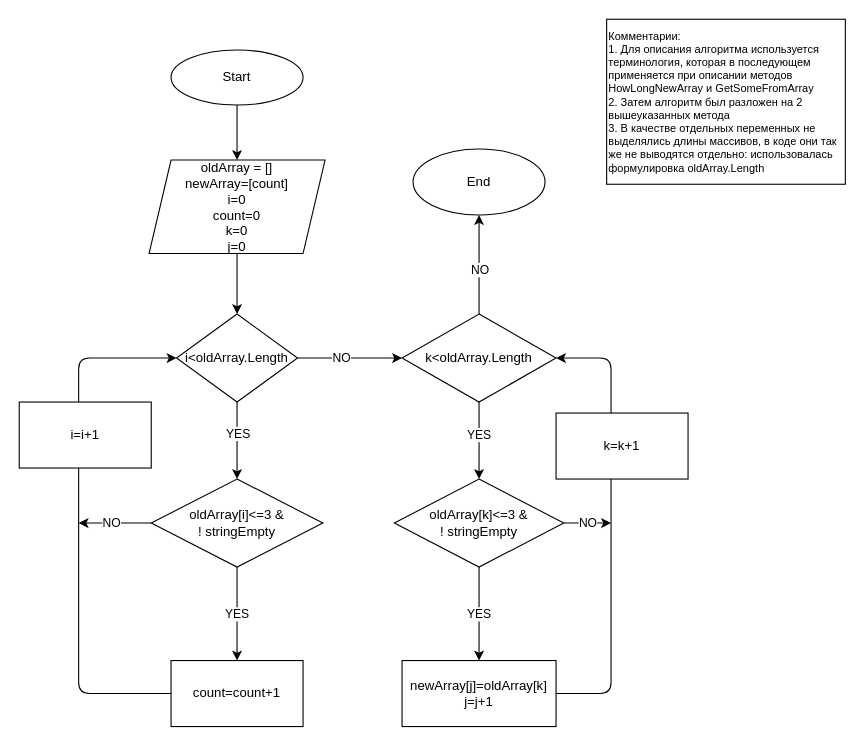
This is Task_algorithm.drawio from maggydog/test_task_for_geekbrains, a draw.io file, before an edit. Source tidied: cells renumbered, new cells numbered last; positions are measured from the earlier drawing's top-left corner, leaving out a move shared by most shapes. Both pictures are drawn from the tidied source at 110%, with x=0, y=0 at pixel (19, 19).
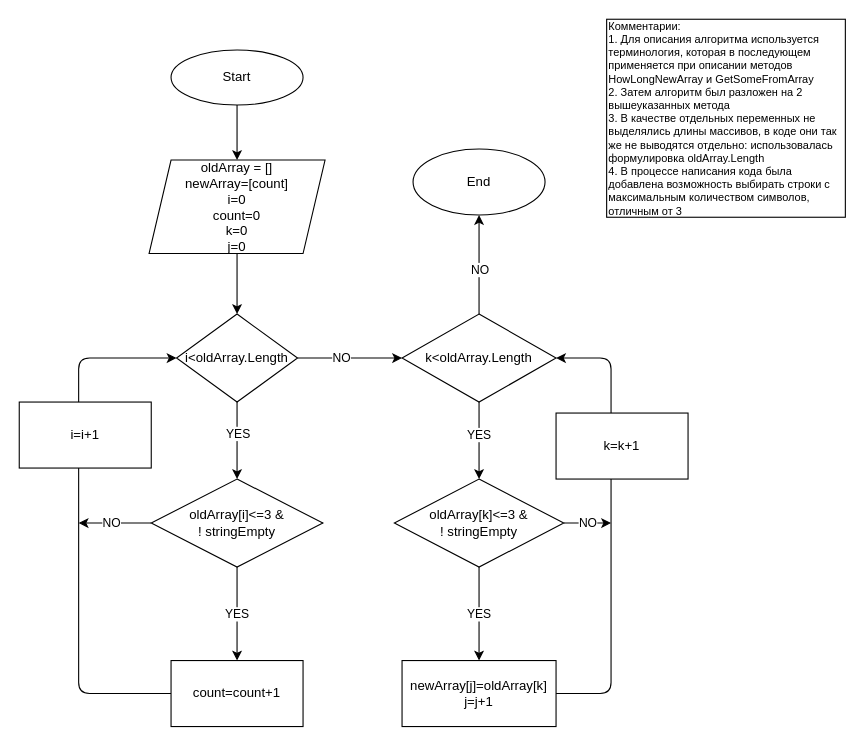
The same page after the edit.

Diff of the diagram source:
```diff
@@
-    <mxCell id="30" value="&lt;div&gt;&lt;span&gt;Комментарии:&lt;/span&gt;&lt;/div&gt;&lt;div&gt;&lt;span&gt;1. Для описания алгоритма используется терминология, которая в последующем применяется при описании методов HowLongNewArray и GetSomeFromArray&lt;/span&gt;&lt;/div&gt;&lt;div&gt;&lt;span&gt;2. Затем алгоритм был разложен на 2 вышеуказанных метода&lt;/span&gt;&lt;/div&gt;&lt;div&gt;&lt;span&gt;3. В качестве отдельных переменных не выделялись длины массивов, в коде они так же не выводятся отдельно: использовалась формулировка oldArray.Length&lt;/span&gt;&lt;/div&gt;" style="rounded=0;whiteSpace=wrap;html=1;fontSize=10;align=left;" parent="1" vertex="1">
-      <mxGeometry x="534" width="217" height="150" as="geometry" />
+    <mxCell id="30" value="&lt;div&gt;&lt;span&gt;Комментарии:&lt;/span&gt;&lt;/div&gt;&lt;div&gt;&lt;span&gt;1. Для описания алгоритма используется терминология, которая в последующем применяется при описании методов HowLongNewArray и GetSomeFromArray&lt;/span&gt;&lt;/div&gt;&lt;div&gt;&lt;span&gt;2. Затем алгоритм был разложен на 2 вышеуказанных метода&lt;/span&gt;&lt;/div&gt;&lt;div&gt;&lt;span&gt;3. В качестве отдельных переменных не выделялись длины массивов, в коде они так же не выводятся отдельно: использовалась формулировка oldArray.Length&lt;/span&gt;&lt;/div&gt;&lt;div&gt;&lt;span&gt;4. В процессе написания кода была добавлена возможность выбирать строки с максимальным количеством символов, отличным от 3&lt;/span&gt;&lt;/div&gt;" style="rounded=0;whiteSpace=wrap;html=1;fontSize=10;align=left;" parent="1" vertex="1">
+      <mxGeometry x="534" width="217" height="180" as="geometry" />
     </mxCell>
```
